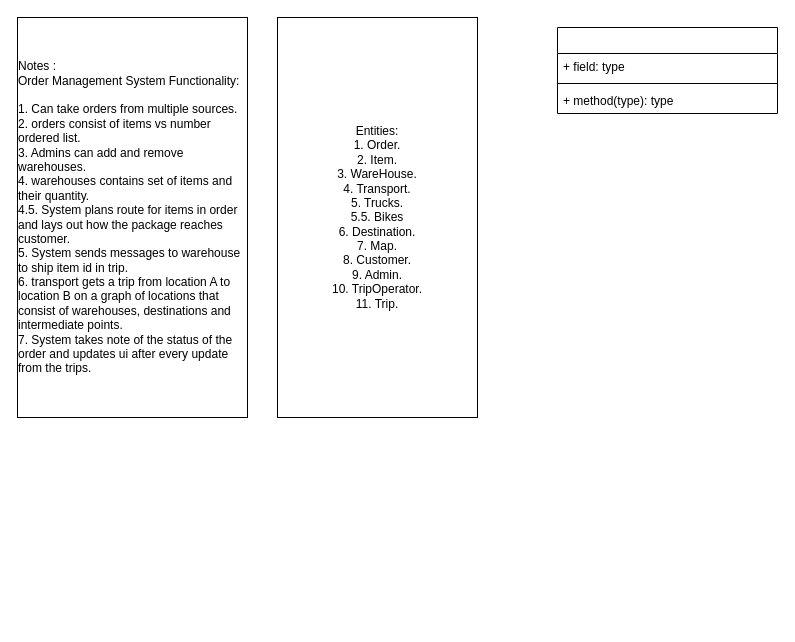
srinivasv147/designs keeps this draw.io diagram as Untitled Diagram.drawio. Above is the earlier version. Source tidied: cells renumbered, new cells numbered last; positions are measured from the earlier drawing's top-left corner, leaving out a move shared by most shapes. Both pictures are drawn from the tidied source at 100%, with x=0, y=0 at pixel (17, 17).
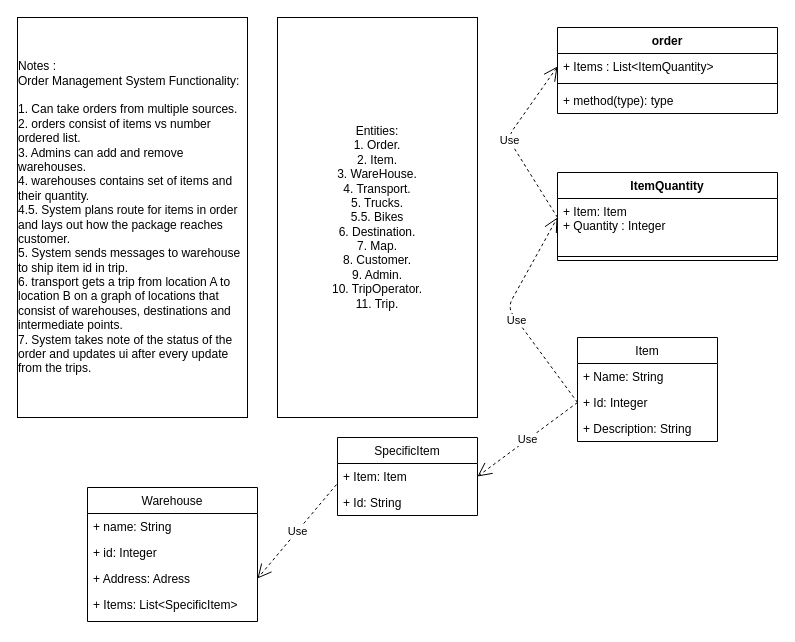
After the change.

Commit message:
added basic classes

Diff of the diagram source:
```diff
@@
-    <mxCell id="2" style="swimlane;fontStyle=1;align=center;verticalAlign=top;horizontal=1;startSize=26;" parent="1" vertex="1">
+    <mxCell id="2" value="order" style="swimlane;fontStyle=1;align=center;verticalAlign=top;horizontal=1;startSize=26;" parent="1" vertex="1">
       <mxGeometry x="540" y="10" width="220" height="86" as="geometry" />
     </mxCell>
-    <mxCell id="3" value="+ field: type" style="text;strokeColor=none;fillColor=none;align=left;verticalAlign=top;spacingLeft=4;spacingRight=4;overflow=hidden;points=[[0,0.5],[1,0.5]];portConstraint=eastwest;" parent="2" vertex="1">
+    <mxCell id="3" value="+ Items : List&lt;ItemQuantity&gt;" style="text;strokeColor=none;fillColor=none;align=left;verticalAlign=top;spacingLeft=4;spacingRight=4;overflow=hidden;points=[[0,0.5],[1,0.5]];portConstraint=eastwest;" parent="2" vertex="1">
       <mxGeometry y="26" width="220" height="26" as="geometry" />
     </mxCell>
@@
+    <mxCell id="8" value="ItemQuantity" style="swimlane;fontStyle=1;align=center;verticalAlign=top;horizontal=1;startSize=26;" parent="1" vertex="1">
+      <mxGeometry x="540" y="155" width="220" height="88" as="geometry" />
+    </mxCell>
+    <mxCell id="9" value="+ Item: Item&#10;+ Quantity : Integer" style="text;strokeColor=none;fillColor=none;align=left;verticalAlign=top;spacingLeft=4;spacingRight=4;overflow=hidden;" parent="8" vertex="1">
+      <mxGeometry y="26" width="220" height="54" as="geometry" />
+    </mxCell>
+    <mxCell id="10" style="line;strokeWidth=1;fillColor=none;align=left;verticalAlign=middle;spacingTop=-1;spacingLeft=3;spacingRight=3;labelPosition=right;" parent="8" vertex="1">
+      <mxGeometry y="80" width="220" height="8" as="geometry" />
+    </mxCell>
+    <mxCell id="11" value="Use" style="endArrow=open;endSize=12;dashed=1;html=1;entryX=0;entryY=0.5;entryDx=0;entryDy=0;" parent="1" edge="1" target="3">
+      <mxGeometry relative="1" as="geometry">
+        <mxPoint x="540" y="200" as="sourcePoint" />
+        <Array as="points">
+          <mxPoint x="490" y="120" />
+        </Array>
+      </mxGeometry>
+    </mxCell>
+    <mxCell id="12" value="Item" style="swimlane;fontStyle=0;horizontal=1;startSize=26;fillColor=none;" parent="1" vertex="1">
+      <mxGeometry x="560" y="320" width="140" height="104" as="geometry" />
+    </mxCell>
+    <mxCell id="13" value="+ Name: String" style="text;strokeColor=none;fillColor=none;align=left;verticalAlign=top;spacingLeft=4;spacingRight=4;overflow=hidden;" parent="12" vertex="1">
+      <mxGeometry y="26" width="140" height="26" as="geometry" />
+    </mxCell>
+    <mxCell id="14" value="+ Id: Integer" style="text;strokeColor=none;fillColor=none;align=left;verticalAlign=top;spacingLeft=4;spacingRight=4;overflow=hidden;points=[[0,0.5],[1,0.5]];portConstraint=eastwest;" parent="12" vertex="1">
+      <mxGeometry y="52" width="140" height="26" as="geometry" />
+    </mxCell>
+    <mxCell id="15" value="+ Description: String" style="text;strokeColor=none;fillColor=none;align=left;verticalAlign=top;spacingLeft=4;spacingRight=4;overflow=hidden;" parent="12" vertex="1">
+      <mxGeometry y="78" width="140" height="26" as="geometry" />
+    </mxCell>
+    <mxCell id="16" value="Use" style="endArrow=open;endSize=12;dashed=1;html=1;exitX=0;exitY=0.5;exitDx=0;exitDy=0;" parent="1" edge="1" source="14">
+      <mxGeometry x="-0.08" y="1" relative="1" as="geometry">
+        <mxPoint x="540" y="200" as="targetPoint" />
+        <Array as="points">
+          <mxPoint x="490" y="290" />
+        </Array>
+      </mxGeometry>
+    </mxCell>
+    <mxCell id="17" value="SpecificItem" style="swimlane;fontStyle=0;horizontal=1;startSize=26;fillColor=none;" parent="1" vertex="1">
+      <mxGeometry x="320" y="420" width="140" height="78" as="geometry" />
+    </mxCell>
+    <mxCell id="18" value="+ Item: Item" style="text;strokeColor=none;fillColor=none;align=left;verticalAlign=top;spacingLeft=4;spacingRight=4;overflow=hidden;points=[[0,0.5],[1,0.5]];portConstraint=eastwest;" parent="17" vertex="1">
+      <mxGeometry y="26" width="140" height="26" as="geometry" />
+    </mxCell>
+    <mxCell id="19" value="+ Id: String" style="text;strokeColor=none;fillColor=none;align=left;verticalAlign=top;spacingLeft=4;spacingRight=4;overflow=hidden;" parent="17" vertex="1">
+      <mxGeometry y="52" width="140" height="26" as="geometry" />
+    </mxCell>
+    <mxCell id="20" value="Use" style="endArrow=open;endSize=12;dashed=1;html=1;exitX=0;exitY=0.5;exitDx=0;exitDy=0;entryX=1;entryY=0.5;entryDx=0;entryDy=0;" parent="1" edge="1" source="14" target="18">
+      <mxGeometry relative="1" as="geometry" />
+    </mxCell>
+    <mxCell id="21" value="Warehouse" style="swimlane;fontStyle=0;horizontal=1;startSize=26;fillColor=none;" parent="1" vertex="1">
+      <mxGeometry x="70" y="470" width="170" height="134" as="geometry" />
+    </mxCell>
+    <mxCell id="22" value="+ name: String" style="text;strokeColor=none;fillColor=none;align=left;verticalAlign=top;spacingLeft=4;spacingRight=4;overflow=hidden;" parent="21" vertex="1">
+      <mxGeometry y="26" width="170" height="26" as="geometry" />
+    </mxCell>
+    <mxCell id="23" value="+ id: Integer" style="text;strokeColor=none;fillColor=none;align=left;verticalAlign=top;spacingLeft=4;spacingRight=4;overflow=hidden;" parent="21" vertex="1">
+      <mxGeometry y="52" width="170" height="26" as="geometry" />
+    </mxCell>
+    <mxCell id="24" value="+ Address: Adress&#10;" style="text;strokeColor=none;fillColor=none;align=left;verticalAlign=top;spacingLeft=4;spacingRight=4;overflow=hidden;points=[[0,0.5],[1,0.5]];portConstraint=eastwest;" parent="21" vertex="1">
+      <mxGeometry y="78" width="170" height="26" as="geometry" />
+    </mxCell>
+    <mxCell id="25" value="+ Items: List&lt;SpecificItem&gt;&#10;" style="text;strokeColor=none;fillColor=none;align=left;verticalAlign=top;spacingLeft=4;spacingRight=4;overflow=hidden;" parent="21" vertex="1">
+      <mxGeometry y="104" width="170" height="30" as="geometry" />
+    </mxCell>
+    <mxCell id="26" value="Use" style="endArrow=open;endSize=12;dashed=1;html=1;exitX=-0.007;exitY=0.808;exitDx=0;exitDy=0;exitPerimeter=0;entryX=1;entryY=0.5;entryDx=0;entryDy=0;" parent="1" edge="1" source="18" target="24">
+      <mxGeometry relative="1" as="geometry" />
+    </mxCell>
```
